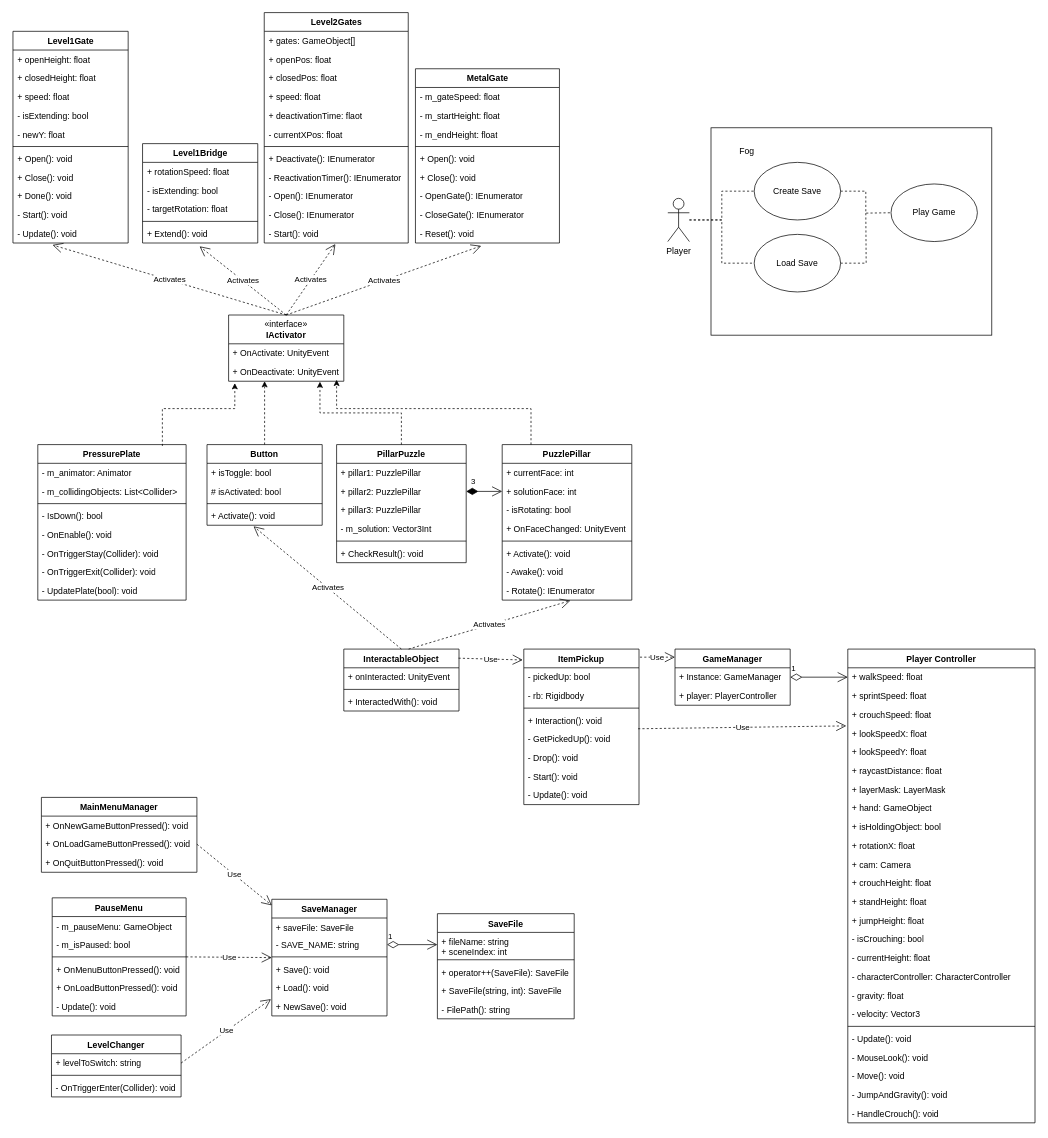
This is UMLDiagram.drawio from hammone2/CS225-Unity, a draw.io file, before an edit. Source tidied: cells renumbered, new cells numbered last; positions are measured from the earlier drawing's top-left corner, leaving out a move shared by most shapes. Both pictures are drawn from the tidied source at 72%, with x=0, y=0 at pixel (12, 12).
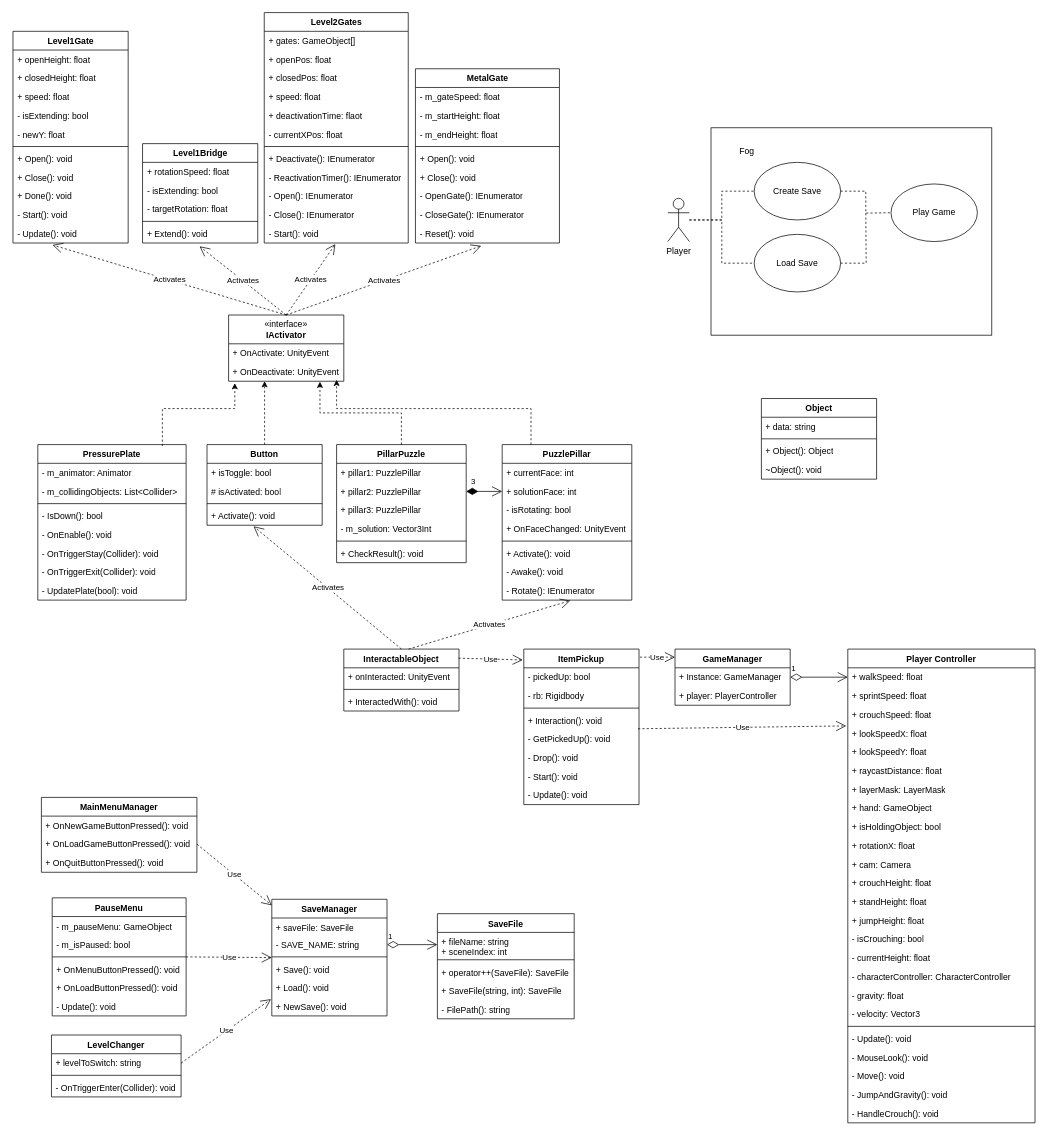
The same page after the edit.

What changed in the source:
```diff
@@
+    <mxCell id="175" value="Object" style="swimlane;fontStyle=1;align=center;verticalAlign=top;horizontal=1;startSize=26;whiteSpace=wrap;html=1;" parent="1" vertex="1">
+      <mxGeometry x="1040" y="536" width="160" height="112" as="geometry" />
+    </mxCell>
+    <mxCell id="176" value="+ data: string" style="text;strokeColor=none;fillColor=none;align=left;verticalAlign=top;spacingLeft=4;spacingRight=4;overflow=hidden;whiteSpace=wrap;html=1;" parent="175" vertex="1">
+      <mxGeometry y="26" width="160" height="26" as="geometry" />
+    </mxCell>
+    <mxCell id="177" style="line;strokeWidth=1;fillColor=none;align=left;verticalAlign=middle;spacingTop=-1;spacingLeft=3;spacingRight=3;labelPosition=right;strokeColor=inherit;" parent="175" vertex="1">
+      <mxGeometry y="52" width="160" height="8" as="geometry" />
+    </mxCell>
+    <mxCell id="178" value="+ Object(): Object" style="text;strokeColor=none;fillColor=none;align=left;verticalAlign=top;spacingLeft=4;spacingRight=4;overflow=hidden;whiteSpace=wrap;html=1;" parent="175" vertex="1">
+      <mxGeometry y="60" width="160" height="26" as="geometry" />
+    </mxCell>
+    <mxCell id="179" value="~Object(): void" style="text;strokeColor=none;fillColor=none;align=left;verticalAlign=top;spacingLeft=4;spacingRight=4;overflow=hidden;whiteSpace=wrap;html=1;" parent="175" vertex="1">
+      <mxGeometry y="86" width="160" height="26" as="geometry" />
+    </mxCell>
```
